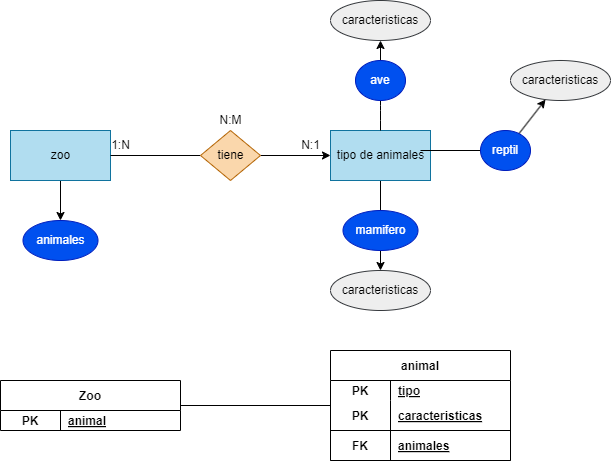
ResetMeNow/DAW keeps this draw.io diagram as BAE/Tareas/Unidad2/Images/Ejercicio19.drawio.png. Above is the earlier version. Source tidied: cells renumbered, new cells last; positions are measured from the earlier drawing's top-left corner, leaving out a move shared by most shapes.
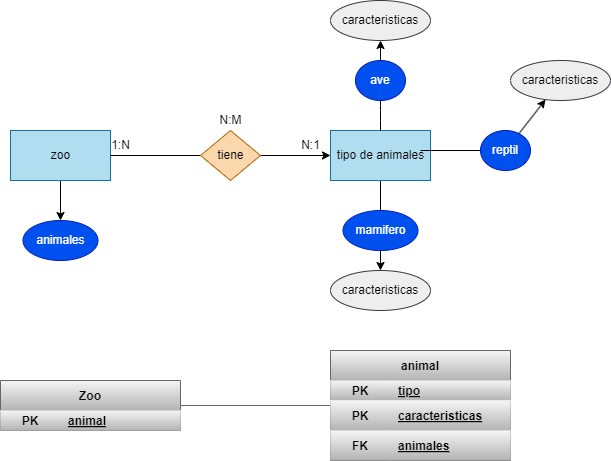
After the commit.

Change to the diagram source:
```diff
@@ -2,37 +2,37 @@
   <root>
     <mxCell id="0" />
     <mxCell id="1" parent="0" />
-    <mxCell id="2" style="edgeStyle=none;html=1;endArrow=none;endFill=0;" parent="1" edge="1" source="3" target="32">
+    <mxCell id="2" style="edgeStyle=none;html=1;endArrow=none;endFill=0;fillColor=#f5f5f5;gradientColor=#b3b3b3;strokeColor=#666666;" parent="1" edge="1" source="3" target="32">
       <mxGeometry relative="1" as="geometry" />
     </mxCell>
-    <mxCell id="3" value="animal" style="shape=table;startSize=30;rowLines=0;fontStyle=1;align=center;" parent="1" vertex="1">
+    <mxCell id="3" value="animal" style="shape=table;startSize=30;rowLines=0;fontStyle=1;align=center;fillColor=#f5f5f5;gradientColor=#b3b3b3;strokeColor=#666666;" parent="1" vertex="1">
       <mxGeometry x="330" y="350" width="180" height="110" as="geometry" />
     </mxCell>
-    <mxCell id="4" style="shape=tableRow;horizontal=0;startSize=0;swimlaneHead=0;swimlaneBody=0;fillColor=none;top=0;left=0;right=0;bottom=0;" parent="3" vertex="1">
+    <mxCell id="4" style="shape=tableRow;horizontal=0;startSize=0;swimlaneHead=0;swimlaneBody=0;fillColor=#f5f5f5;top=0;left=0;right=0;bottom=0;gradientColor=#b3b3b3;strokeColor=#666666;" parent="3" vertex="1">
       <mxGeometry y="30" width="180" height="20" as="geometry" />
     </mxCell>
-    <mxCell id="5" value="PK" style="shape=partialRectangle;fillColor=none;top=0;left=0;bottom=0;right=0;fontStyle=1;overflow=hidden;" parent="4" vertex="1">
+    <mxCell id="5" value="PK" style="shape=partialRectangle;fillColor=#f5f5f5;top=0;left=0;bottom=0;right=0;fontStyle=1;overflow=hidden;gradientColor=#b3b3b3;strokeColor=#666666;" parent="4" vertex="1">
       <mxGeometry width="60" height="20" as="geometry" />
     </mxCell>
-    <mxCell id="6" value="tipo" style="shape=partialRectangle;fillColor=none;top=0;left=0;bottom=0;right=0;align=left;spacingLeft=6;fontStyle=5;overflow=hidden;" parent="4" vertex="1">
+    <mxCell id="6" value="tipo" style="shape=partialRectangle;fillColor=#f5f5f5;top=0;left=0;bottom=0;right=0;align=left;spacingLeft=6;fontStyle=5;overflow=hidden;gradientColor=#b3b3b3;strokeColor=#666666;" parent="4" vertex="1">
       <mxGeometry x="60" width="120" height="20" as="geometry" />
     </mxCell>
-    <mxCell id="7" style="shape=tableRow;horizontal=0;startSize=0;swimlaneHead=0;swimlaneBody=0;fillColor=none;top=0;left=0;right=0;bottom=1;" parent="3" vertex="1">
+    <mxCell id="7" style="shape=tableRow;horizontal=0;startSize=0;swimlaneHead=0;swimlaneBody=0;fillColor=#f5f5f5;top=0;left=0;right=0;bottom=1;gradientColor=#b3b3b3;strokeColor=#666666;" parent="3" vertex="1">
       <mxGeometry y="50" width="180" height="30" as="geometry" />
     </mxCell>
-    <mxCell id="8" value="PK" style="shape=partialRectangle;fillColor=none;top=0;left=0;bottom=0;right=0;fontStyle=1;overflow=hidden;" parent="7" vertex="1">
+    <mxCell id="8" value="PK" style="shape=partialRectangle;fillColor=#f5f5f5;top=0;left=0;bottom=0;right=0;fontStyle=1;overflow=hidden;gradientColor=#b3b3b3;strokeColor=#666666;" parent="7" vertex="1">
       <mxGeometry width="60" height="30" as="geometry" />
     </mxCell>
-    <mxCell id="9" value="caracteristicas" style="shape=partialRectangle;fillColor=none;top=0;left=0;bottom=0;right=0;align=left;spacingLeft=6;fontStyle=5;overflow=hidden;" parent="7" vertex="1">
+    <mxCell id="9" value="caracteristicas" style="shape=partialRectangle;fillColor=#f5f5f5;top=0;left=0;bottom=0;right=0;align=left;spacingLeft=6;fontStyle=5;overflow=hidden;gradientColor=#b3b3b3;strokeColor=#666666;" parent="7" vertex="1">
       <mxGeometry x="60" width="120" height="30" as="geometry" />
     </mxCell>
-    <mxCell id="10" style="shape=tableRow;horizontal=0;startSize=0;swimlaneHead=0;swimlaneBody=0;fillColor=none;top=0;left=0;right=0;bottom=1;" parent="3" vertex="1">
+    <mxCell id="10" style="shape=tableRow;horizontal=0;startSize=0;swimlaneHead=0;swimlaneBody=0;fillColor=#f5f5f5;top=0;left=0;right=0;bottom=1;gradientColor=#b3b3b3;strokeColor=#666666;" parent="3" vertex="1">
       <mxGeometry y="80" width="180" height="30" as="geometry" />
     </mxCell>
-    <mxCell id="11" value="FK" style="shape=partialRectangle;fillColor=none;top=0;left=0;bottom=0;right=0;fontStyle=1;overflow=hidden;" parent="10" vertex="1">
+    <mxCell id="11" value="FK" style="shape=partialRectangle;fillColor=#f5f5f5;top=0;left=0;bottom=0;right=0;fontStyle=1;overflow=hidden;gradientColor=#b3b3b3;strokeColor=#666666;" parent="10" vertex="1">
       <mxGeometry width="60" height="30" as="geometry" />
     </mxCell>
-    <mxCell id="12" value="animales" style="shape=partialRectangle;fillColor=none;top=0;left=0;bottom=0;right=0;align=left;spacingLeft=6;fontStyle=5;overflow=hidden;" parent="10" vertex="1">
+    <mxCell id="12" value="animales" style="shape=partialRectangle;fillColor=#f5f5f5;top=0;left=0;bottom=0;right=0;align=left;spacingLeft=6;fontStyle=5;overflow=hidden;gradientColor=#b3b3b3;strokeColor=#666666;" parent="10" vertex="1">
       <mxGeometry x="60" width="120" height="30" as="geometry" />
     </mxCell>
     <mxCell id="13" style="edgeStyle=none;html=1;endArrow=classic;endFill=1;" parent="1" edge="1" source="14" target="38">
@@ -96,16 +96,16 @@
     <mxCell id="31" value="caracteristicas" style="ellipse;whiteSpace=wrap;html=1;align=center;fillColor=#eeeeee;strokeColor=#36393d;" parent="1" vertex="1">
       <mxGeometry x="330" y="270" width="100" height="40" as="geometry" />
     </mxCell>
-    <mxCell id="32" value="Zoo" style="shape=table;startSize=30;rowLines=0;fontStyle=1;align=center;" parent="1" vertex="1">
+    <mxCell id="32" value="Zoo" style="shape=table;startSize=30;rowLines=0;fontStyle=1;align=center;fillColor=#f5f5f5;gradientColor=#b3b3b3;strokeColor=#666666;" parent="1" vertex="1">
       <mxGeometry y="380" width="180" height="50" as="geometry" />
     </mxCell>
-    <mxCell id="33" style="shape=tableRow;horizontal=0;startSize=0;swimlaneHead=0;swimlaneBody=0;fillColor=none;top=0;left=0;right=0;bottom=0;" parent="32" vertex="1">
+    <mxCell id="33" style="shape=tableRow;horizontal=0;startSize=0;swimlaneHead=0;swimlaneBody=0;fillColor=#f5f5f5;top=0;left=0;right=0;bottom=0;gradientColor=#b3b3b3;strokeColor=#666666;" parent="32" vertex="1">
       <mxGeometry y="30" width="180" height="20" as="geometry" />
     </mxCell>
-    <mxCell id="34" value="PK" style="shape=partialRectangle;fillColor=none;top=0;left=0;bottom=0;right=0;fontStyle=1;overflow=hidden;" parent="33" vertex="1">
+    <mxCell id="34" value="PK" style="shape=partialRectangle;fillColor=#f5f5f5;top=0;left=0;bottom=0;right=0;fontStyle=1;overflow=hidden;gradientColor=#b3b3b3;strokeColor=#666666;" parent="33" vertex="1">
       <mxGeometry width="60" height="20" as="geometry" />
     </mxCell>
-    <mxCell id="35" value="animal" style="shape=partialRectangle;fillColor=none;top=0;left=0;bottom=0;right=0;align=left;spacingLeft=6;fontStyle=5;overflow=hidden;" parent="33" vertex="1">
+    <mxCell id="35" value="animal" style="shape=partialRectangle;fillColor=#f5f5f5;top=0;left=0;bottom=0;right=0;align=left;spacingLeft=6;fontStyle=5;overflow=hidden;gradientColor=#b3b3b3;strokeColor=#666666;" parent="33" vertex="1">
       <mxGeometry x="60" width="120" height="20" as="geometry" />
     </mxCell>
     <mxCell id="36" value="caracteristicas" style="ellipse;whiteSpace=wrap;html=1;align=center;fillColor=#eeeeee;strokeColor=#36393d;" parent="1" vertex="1">
```
